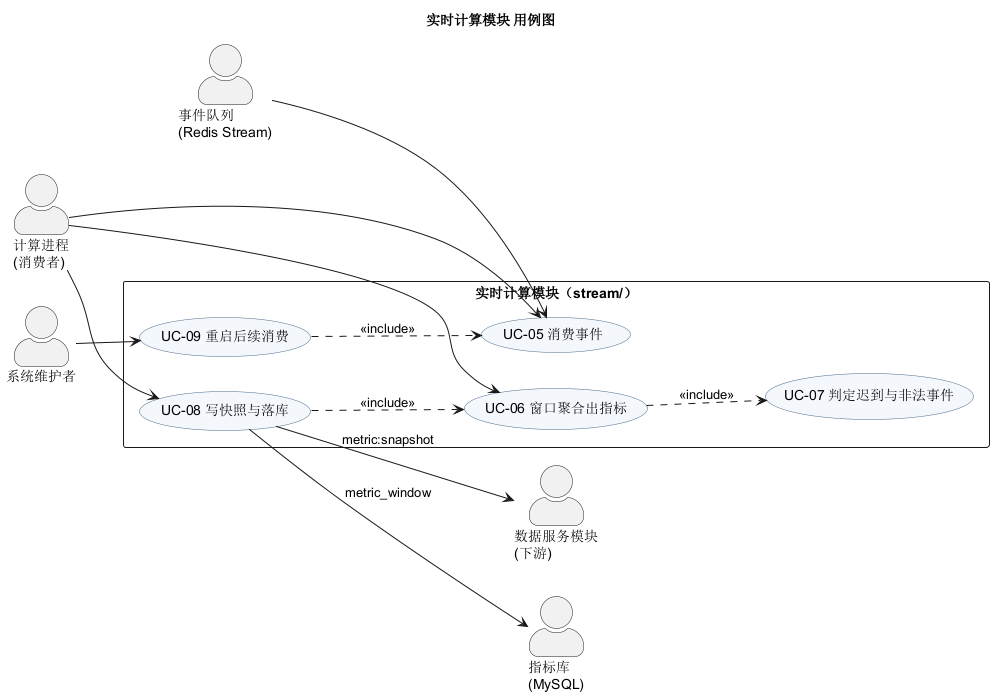
Earlier version of the PlantUML export docs/03-建模/图/03-用例图-实时计算.png (Xuzhaopu04/metro-flow-dashboard).
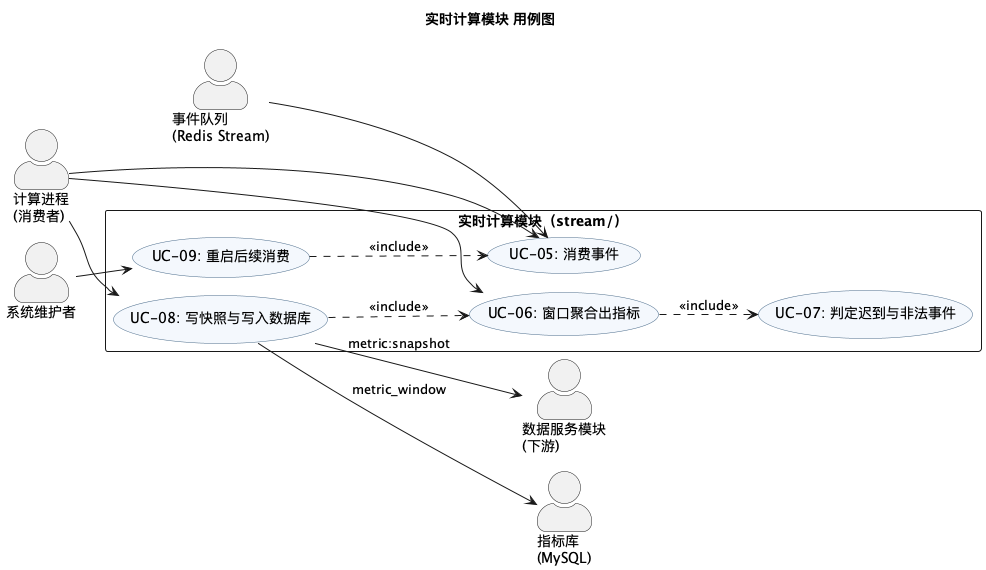
After the change.

Change to the diagram source:
```diff
@@ -1,4 +1,5 @@
 @startuml 03-用例图-实时计算
+!pragma layout smetana
 title 实时计算模块 用例图
 left to right direction
 skinparam shadowing false
@@ -16,11 +17,11 @@
 actor "指标库\n(MySQL)" as db
 
 rectangle "实时计算模块（stream/）" {
-  usecase "UC-05 消费事件" as UC05
-  usecase "UC-06 窗口聚合出指标" as UC06
-  usecase "UC-07 判定迟到与非法事件" as UC07
-  usecase "UC-08 写快照与落库" as UC08
-  usecase "UC-09 重启后续消费" as UC09
+  usecase "UC-05: 消费事件" as UC05
+  usecase "UC-06: 窗口聚合出指标" as UC06
+  usecase "UC-07: 判定迟到与非法事件" as UC07
+  usecase "UC-08: 写快照与写入数据库" as UC08
+  usecase "UC-09: 重启后续消费" as UC09
 }
 
 worker --> UC05
```
